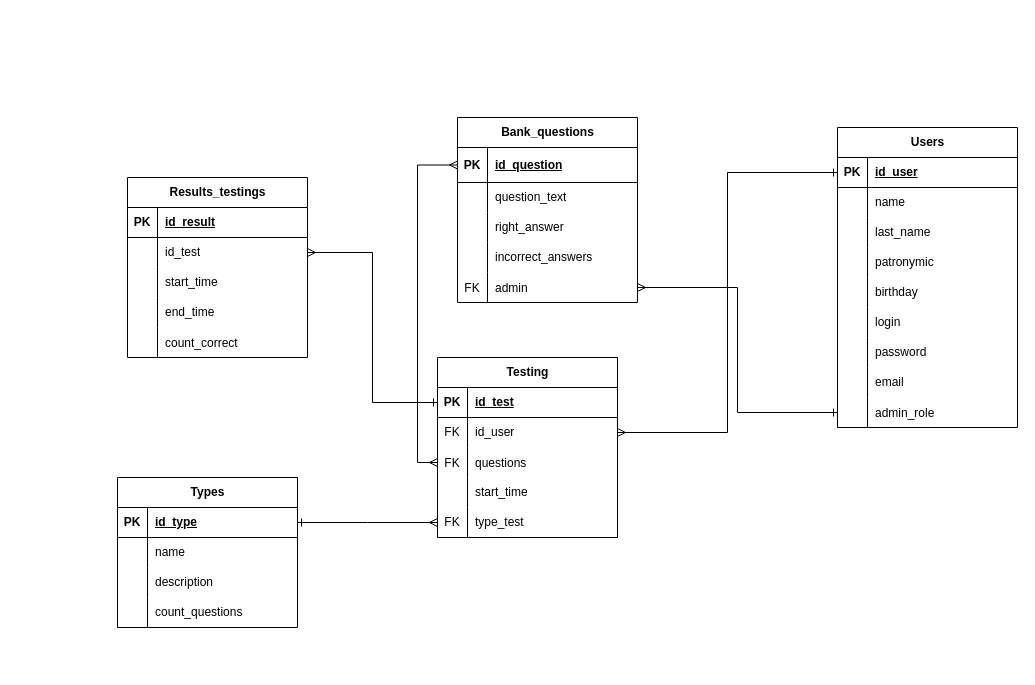
The draw.io diagram документация/ER-диаграмма бд.drawio in rerazin-off/WrongTurn, before the edit. Source tidied: cells renumbered, new cells numbered last; positions are measured from the earlier drawing's top-left corner, leaving out a move shared by most shapes. Both pictures are drawn from the tidied source at 100%, with x=0, y=0 at pixel (117, 117).
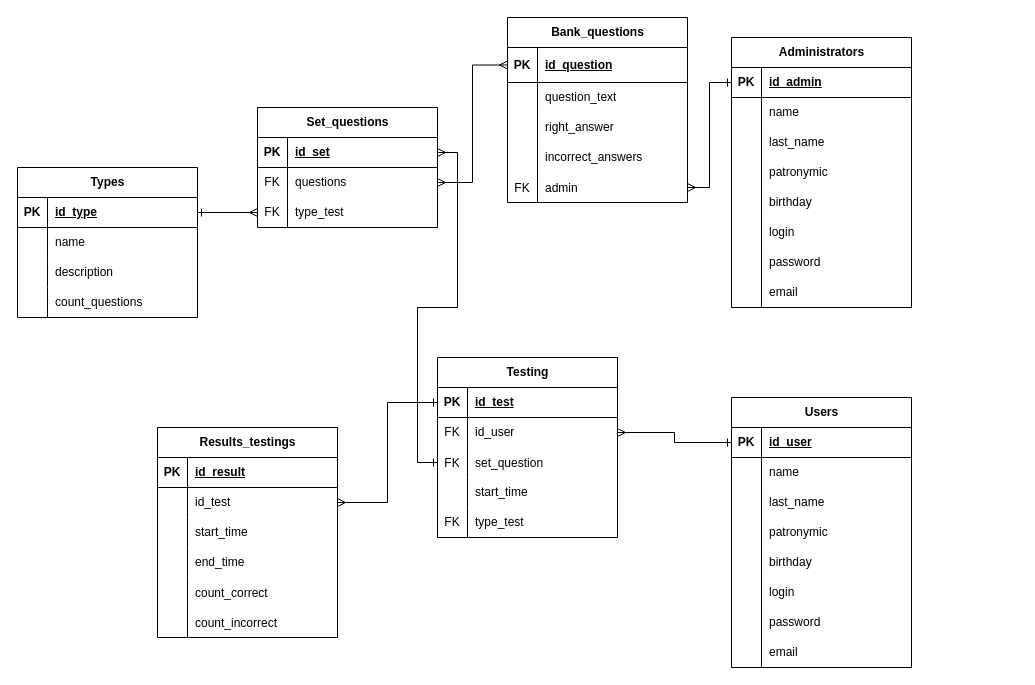
After the change.

The change refers to these unchanged cells:
```xml
<mxCell id="31" style="shape=tableRow;horizontal=0;startSize=0;swimlaneHead=0;swimlaneBody=0;fillColor=none;points=[[0,0.5],[1,0.5]];portConstraint=eastwest;top=0;left=0;right=0;bottom=1;" parent="30" vertex="1">
  <mxGeometry y="30" width="180" height="35" as="geometry" />
</mxCell>
<mxCell id="43" style="shape=tableRow;horizontal=0;startSize=0;swimlaneHead=0;swimlaneBody=0;fillColor=none;points=[[0,0.5],[1,0.5]];portConstraint=eastwest;top=0;left=0;right=0;bottom=0;" parent="30" vertex="1">
  <mxGeometry y="155" width="180" height="30" as="geometry" />
</mxCell>
<mxCell id="47" style="shape=tableRow;horizontal=0;startSize=0;swimlaneHead=0;swimlaneBody=0;fillColor=none;points=[[0,0.5],[1,0.5]];portConstraint=eastwest;top=0;left=0;right=0;bottom=1;" parent="46" vertex="1">
  <mxGeometry y="30" width="180" height="30" as="geometry" />
</mxCell>
<mxCell id="66" style="shape=tableRow;horizontal=0;startSize=0;swimlaneHead=0;swimlaneBody=0;fillColor=none;points=[[0,0.5],[1,0.5]];portConstraint=eastwest;top=0;left=0;right=0;bottom=0;" parent="59" vertex="1">
  <mxGeometry y="90" width="180" height="30" as="geometry" />
</mxCell>
```

Diff of the diagram source:
```diff
@@
     <mxCell id="2" value="Users" style="shape=table;startSize=30;childLayout=tableLayout;rowLines=0;fontStyle=1;align=center;html=1;" parent="1" vertex="1">
-      <mxGeometry x="720" y="10" width="180" height="300" as="geometry" />
+      <mxGeometry x="614" y="280" width="180" height="270" as="geometry" />
     </mxCell>
@@
-    <mxCell id="27" style="shape=tableRow;horizontal=0;startSize=0;swimlaneHead=0;swimlaneBody=0;fillColor=none;points=[[0,0.5],[1,0.5]];portConstraint=eastwest;top=0;left=0;right=0;bottom=0;" parent="2" vertex="1">
-      <mxGeometry y="270" width="180" height="30" as="geometry" />
-    </mxCell>
-    <mxCell id="28" style="shape=partialRectangle;fillColor=none;top=0;left=0;bottom=0;right=0;overflow=hidden;" parent="27" vertex="1">
-      <mxGeometry width="30" height="30" as="geometry" />
-    </mxCell>
-    <mxCell id="29" value="admin_role" style="shape=partialRectangle;fillColor=none;top=0;left=0;bottom=0;right=0;align=left;spacingLeft=6;overflow=hidden;" parent="27" vertex="1">
-      <mxGeometry x="30" width="150" height="30" as="geometry" />
-    </mxCell>
     <mxCell id="30" value="Bank_questions" style="shape=table;startSize=30;childLayout=tableLayout;rowLines=0;fontStyle=1;align=center;html=1;" parent="1" vertex="1">
-      <mxGeometry x="340" width="180" height="185" as="geometry" />
+      <mxGeometry x="390" y="-100" width="180" height="185" as="geometry" />
     </mxCell>
@@
+    <mxCell id="96" value="Administrators" style="shape=table;startSize=30;childLayout=tableLayout;rowLines=0;fontStyle=1;align=center;html=1;" parent="1" vertex="1">
+      <mxGeometry x="614" y="-80" width="180" height="270" as="geometry" />
+    </mxCell>
+    <mxCell id="97" style="shape=tableRow;horizontal=0;startSize=0;swimlaneHead=0;swimlaneBody=0;fillColor=none;points=[[0,0.5],[1,0.5]];portConstraint=eastwest;top=0;left=0;right=0;bottom=1;" parent="96" vertex="1">
+      <mxGeometry y="30" width="180" height="30" as="geometry" />
+    </mxCell>
+    <mxCell id="98" value="PK" style="shape=partialRectangle;fillColor=none;top=0;left=0;bottom=0;right=0;fontStyle=1;overflow=hidden;whiteSpace=wrap;html=1;" parent="97" vertex="1">
+      <mxGeometry width="30" height="30" as="geometry" />
+    </mxCell>
+    <mxCell id="99" value="id_admin" style="shape=partialRectangle;fillColor=none;top=0;left=0;bottom=0;right=0;align=left;spacingLeft=6;fontStyle=5;overflow=hidden;whiteSpace=wrap;html=1;" parent="97" vertex="1">
+      <mxGeometry x="30" width="150" height="30" as="geometry" />
+    </mxCell>
+    <mxCell id="100" style="shape=tableRow;horizontal=0;startSize=0;swimlaneHead=0;swimlaneBody=0;fillColor=none;top=0;left=0;right=0;bottom=0;" parent="96" vertex="1">
+      <mxGeometry y="60" width="180" height="30" as="geometry" />
+    </mxCell>
+    <mxCell id="101" style="shape=partialRectangle;fillColor=none;top=0;left=0;bottom=0;right=0;overflow=hidden;whiteSpace=wrap;html=1;" parent="100" vertex="1">
+      <mxGeometry width="30" height="30" as="geometry" />
+    </mxCell>
+    <mxCell id="102" value="name" style="shape=partialRectangle;fillColor=none;top=0;left=0;bottom=0;right=0;align=left;spacingLeft=6;overflow=hidden;whiteSpace=wrap;html=1;" parent="100" vertex="1">
+      <mxGeometry x="30" width="150" height="30" as="geometry" />
+    </mxCell>
+    <mxCell id="103" style="shape=tableRow;horizontal=0;startSize=0;swimlaneHead=0;swimlaneBody=0;fillColor=none;top=0;left=0;right=0;bottom=0;" parent="96" vertex="1">
+      <mxGeometry y="90" width="180" height="30" as="geometry" />
+    </mxCell>
+    <mxCell id="104" style="shape=partialRectangle;fillColor=none;top=0;left=0;bottom=0;right=0;overflow=hidden;whiteSpace=wrap;html=1;" parent="103" vertex="1">
+      <mxGeometry width="30" height="30" as="geometry" />
+    </mxCell>
+    <mxCell id="105" value="last_name" style="shape=partialRectangle;fillColor=none;top=0;left=0;bottom=0;right=0;align=left;spacingLeft=6;overflow=hidden;whiteSpace=wrap;html=1;" parent="103" vertex="1">
+      <mxGeometry x="30" width="150" height="30" as="geometry" />
+    </mxCell>
+    <mxCell id="106" style="shape=tableRow;horizontal=0;startSize=0;swimlaneHead=0;swimlaneBody=0;fillColor=none;top=0;left=0;right=0;bottom=0;" parent="96" vertex="1">
+      <mxGeometry y="120" width="180" height="30" as="geometry" />
+    </mxCell>
+    <mxCell id="107" style="shape=partialRectangle;fillColor=none;top=0;left=0;bottom=0;right=0;overflow=hidden;whiteSpace=wrap;html=1;" parent="106" vertex="1">
+      <mxGeometry width="30" height="30" as="geometry" />
+    </mxCell>
+    <mxCell id="108" value="patronymic" style="shape=partialRectangle;fillColor=none;top=0;left=0;bottom=0;right=0;align=left;spacingLeft=6;overflow=hidden;whiteSpace=wrap;html=1;" parent="106" vertex="1">
+      <mxGeometry x="30" width="150" height="30" as="geometry" />
+    </mxCell>
+    <mxCell id="109" style="shape=tableRow;horizontal=0;startSize=0;swimlaneHead=0;swimlaneBody=0;fillColor=none;top=0;left=0;right=0;bottom=0;" parent="96" vertex="1">
+      <mxGeometry y="150" width="180" height="30" as="geometry" />
+    </mxCell>
+    <mxCell id="110" style="shape=partialRectangle;fillColor=none;top=0;left=0;bottom=0;right=0;fontStyle=0;overflow=hidden;whiteSpace=wrap;html=1;" parent="109" vertex="1">
+      <mxGeometry width="30" height="30" as="geometry" />
+    </mxCell>
+    <mxCell id="111" value="birthday" style="shape=partialRectangle;fillColor=none;top=0;left=0;bottom=0;right=0;align=left;spacingLeft=6;fontStyle=0;overflow=hidden;whiteSpace=wrap;html=1;" parent="109" vertex="1">
+      <mxGeometry x="30" width="150" height="30" as="geometry" />
+    </mxCell>
+    <mxCell id="112" style="shape=tableRow;horizontal=0;startSize=0;swimlaneHead=0;swimlaneBody=0;fillColor=none;top=0;left=0;right=0;bottom=0;" parent="96" vertex="1">
+      <mxGeometry y="180" width="180" height="30" as="geometry" />
+    </mxCell>
+    <mxCell id="113" style="shape=partialRectangle;fillColor=none;top=0;left=0;bottom=0;right=0;fontStyle=0;overflow=hidden;whiteSpace=wrap;html=1;" parent="112" vertex="1">
+      <mxGeometry width="30" height="30" as="geometry" />
+    </mxCell>
+    <mxCell id="114" value="login" style="shape=partialRectangle;fillColor=none;top=0;left=0;bottom=0;right=0;align=left;spacingLeft=6;fontStyle=0;overflow=hidden;whiteSpace=wrap;html=1;" parent="112" vertex="1">
+      <mxGeometry x="30" width="150" height="30" as="geometry" />
+    </mxCell>
+    <mxCell id="115" style="shape=tableRow;horizontal=0;startSize=0;swimlaneHead=0;swimlaneBody=0;fillColor=none;top=0;left=0;right=0;bottom=0;" parent="96" vertex="1">
+      <mxGeometry y="210" width="180" height="30" as="geometry" />
+    </mxCell>
+    <mxCell id="116" style="shape=partialRectangle;fillColor=none;top=0;left=0;bottom=0;right=0;fontStyle=0;overflow=hidden;whiteSpace=wrap;html=1;" parent="115" vertex="1">
+      <mxGeometry width="30" height="30" as="geometry" />
+    </mxCell>
+    <mxCell id="117" value="password" style="shape=partialRectangle;fillColor=none;top=0;left=0;bottom=0;right=0;align=left;spacingLeft=6;fontStyle=0;overflow=hidden;whiteSpace=wrap;html=1;" parent="115" vertex="1">
+      <mxGeometry x="30" width="150" height="30" as="geometry" />
+    </mxCell>
+    <mxCell id="118" style="shape=tableRow;horizontal=0;startSize=0;swimlaneHead=0;swimlaneBody=0;fillColor=none;top=0;left=0;right=0;bottom=0;" parent="96" vertex="1">
+      <mxGeometry y="240" width="180" height="30" as="geometry" />
+    </mxCell>
+    <mxCell id="119" style="shape=partialRectangle;fillColor=none;top=0;left=0;bottom=0;right=0;fontStyle=0;overflow=hidden;whiteSpace=wrap;html=1;" parent="118" vertex="1">
+      <mxGeometry width="30" height="30" as="geometry" />
+    </mxCell>
+    <mxCell id="120" value="email" style="shape=partialRectangle;fillColor=none;top=0;left=0;bottom=0;right=0;align=left;spacingLeft=6;fontStyle=0;overflow=hidden;whiteSpace=wrap;html=1;" parent="118" vertex="1">
+      <mxGeometry x="30" width="150" height="30" as="geometry" />
+    </mxCell>
     <mxCell id="46" value="Types" style="shape=table;startSize=30;childLayout=tableLayout;rowLines=0;fontStyle=1;align=center;html=1;" parent="1" vertex="1">
-      <mxGeometry y="360" width="180" height="150" as="geometry" />
+      <mxGeometry x="-100" y="50" width="180" height="150" as="geometry" />
     </mxCell>
@@
-    <mxCell id="68" value="questions" style="shape=partialRectangle;fillColor=none;top=0;left=0;bottom=0;right=0;align=left;spacingLeft=6;overflow=hidden;" parent="66" vertex="1">
+    <mxCell id="68" value="set_question" style="shape=partialRectangle;fillColor=none;top=0;left=0;bottom=0;right=0;align=left;spacingLeft=6;overflow=hidden;" parent="66" vertex="1">
       <mxGeometry x="30" width="150" height="30" as="geometry" />
     </mxCell>
@@
+    <mxCell id="121" value="Set_questions" style="shape=table;startSize=30;childLayout=tableLayout;rowLines=0;fontStyle=1;align=center;html=1;" parent="1" vertex="1">
+      <mxGeometry x="140" y="-10" width="180" height="120" as="geometry" />
+    </mxCell>
+    <mxCell id="122" style="shape=tableRow;horizontal=0;startSize=0;swimlaneHead=0;swimlaneBody=0;fillColor=none;points=[[0,0.5],[1,0.5]];portConstraint=eastwest;top=0;left=0;right=0;bottom=1;" parent="121" vertex="1">
+      <mxGeometry y="30" width="180" height="30" as="geometry" />
+    </mxCell>
+    <mxCell id="123" value="PK" style="shape=partialRectangle;fillColor=none;top=0;left=0;bottom=0;right=0;fontStyle=1;overflow=hidden;whiteSpace=wrap;html=1;" parent="122" vertex="1">
+      <mxGeometry width="30" height="30" as="geometry" />
+    </mxCell>
+    <mxCell id="124" value="id_set" style="shape=partialRectangle;fillColor=none;top=0;left=0;bottom=0;right=0;align=left;spacingLeft=6;fontStyle=5;overflow=hidden;whiteSpace=wrap;html=1;" parent="122" vertex="1">
+      <mxGeometry x="30" width="150" height="30" as="geometry" />
+    </mxCell>
+    <mxCell id="125" style="shape=tableRow;horizontal=0;startSize=0;swimlaneHead=0;swimlaneBody=0;fillColor=none;points=[[0,0.5],[1,0.5]];portConstraint=eastwest;top=0;left=0;right=0;bottom=0;" parent="121" vertex="1">
+      <mxGeometry y="60" width="180" height="30" as="geometry" />
+    </mxCell>
+    <mxCell id="126" value="FK" style="shape=partialRectangle;fillColor=none;top=0;left=0;bottom=0;right=0;overflow=hidden;whiteSpace=wrap;html=1;" parent="125" vertex="1">
+      <mxGeometry width="30" height="30" as="geometry" />
+    </mxCell>
+    <mxCell id="127" value="questions" style="shape=partialRectangle;fillColor=none;top=0;left=0;bottom=0;right=0;align=left;spacingLeft=6;overflow=hidden;whiteSpace=wrap;html=1;" parent="125" vertex="1">
+      <mxGeometry x="30" width="150" height="30" as="geometry" />
+    </mxCell>
+    <mxCell id="128" style="shape=tableRow;horizontal=0;startSize=0;swimlaneHead=0;swimlaneBody=0;fillColor=none;points=[[0,0.5],[1,0.5]];portConstraint=eastwest;top=0;left=0;right=0;bottom=0;" parent="121" vertex="1">
+      <mxGeometry y="90" width="180" height="30" as="geometry" />
+    </mxCell>
+    <mxCell id="129" value="FK" style="shape=partialRectangle;fillColor=none;top=0;left=0;bottom=0;right=0;overflow=hidden;whiteSpace=wrap;html=1;" parent="128" vertex="1">
+      <mxGeometry width="30" height="30" as="geometry" />
+    </mxCell>
+    <mxCell id="130" value="type_test" style="shape=partialRectangle;fillColor=none;top=0;left=0;bottom=0;right=0;align=left;spacingLeft=6;overflow=hidden;whiteSpace=wrap;html=1;" parent="128" vertex="1">
+      <mxGeometry x="30" width="150" height="30" as="geometry" />
+    </mxCell>
-    <mxCell id="75" style="edgeStyle=orthogonalEdgeStyle;rounded=0;jettySize=auto;html=1;startArrow=ERone;startFill=0;endArrow=ERmany;endFill=0;entryX=0;entryY=0.5;entryDx=0;entryDy=0;" parent="1" edge="1" source="47">
-      <mxGeometry relative="1" as="geometry">
-        <mxPoint x="320" y="405" as="targetPoint" />
-      </mxGeometry>
+    <mxCell id="75" style="edgeStyle=orthogonalEdgeStyle;rounded=0;jettySize=auto;html=1;entryX=0;entryY=0.5;entryDx=0;entryDy=0;startArrow=ERone;startFill=0;endArrow=ERmany;endFill=0;" parent="1" edge="1" source="47" target="128">
+      <mxGeometry relative="1" as="geometry" />
     </mxCell>
+    <mxCell id="131" style="edgeStyle=orthogonalEdgeStyle;rounded=0;jettySize=auto;html=1;entryX=1;entryY=0.5;entryDx=0;entryDy=0;endArrow=ERmany;endFill=0;startArrow=ERmany;startFill=0;" parent="1" edge="1" source="31" target="125">
+      <mxGeometry relative="1" as="geometry" />
+    </mxCell>
-    <mxCell id="76" style="edgeStyle=orthogonalEdgeStyle;rounded=0;jettySize=auto;html=1;entryX=0;entryY=0.5;entryDx=0;entryDy=0;startArrow=ERmany;startFill=0;endArrow=ERmany;endFill=0;exitX=0;exitY=0.5;exitDx=0;exitDy=0;" parent="1" edge="1" source="31" target="66">
+    <mxCell id="76" style="edgeStyle=orthogonalEdgeStyle;rounded=0;jettySize=auto;html=1;entryX=0;entryY=0.5;entryDx=0;entryDy=0;startArrow=ERmany;startFill=0;endArrow=ERone;endFill=0;" parent="1" edge="1" source="122" target="66">
       <mxGeometry relative="1" as="geometry" />
     </mxCell>
@@
-    <mxCell id="78" style="edgeStyle=orthogonalEdgeStyle;rounded=0;jettySize=auto;html=1;entryX=1;entryY=0.5;entryDx=0;entryDy=0;endArrow=ERmany;endFill=0;startArrow=ERone;startFill=0;exitX=0;exitY=0.5;exitDx=0;exitDy=0;" parent="1" edge="1" source="27" target="43">
+    <mxCell id="78" style="edgeStyle=orthogonalEdgeStyle;rounded=0;jettySize=auto;html=1;entryX=1;entryY=0.5;entryDx=0;entryDy=0;endArrow=ERmany;endFill=0;startArrow=ERone;startFill=0;" parent="1" edge="1" source="97" target="43">
       <mxGeometry relative="1" as="geometry" />
     </mxCell>
     <mxCell id="79" value="Results_testings" style="shape=table;startSize=30;childLayout=tableLayout;rowLines=0;fontStyle=1;align=center;html=1;" parent="1" vertex="1">
-      <mxGeometry x="10" y="60" width="180" height="180" as="geometry" />
+      <mxGeometry x="40" y="310" width="180" height="210" as="geometry" />
     </mxCell>
@@
+    <mxCell id="132" style="shape=tableRow;horizontal=0;startSize=0;swimlaneHead=0;swimlaneBody=0;fillColor=none;top=0;left=0;right=0;bottom=0;" parent="79" vertex="1">
+      <mxGeometry y="180" width="180" height="30" as="geometry" />
+    </mxCell>
+    <mxCell id="28" style="shape=partialRectangle;fillColor=none;top=0;left=0;bottom=0;right=0;overflow=hidden;" parent="132" vertex="1">
+      <mxGeometry width="30" height="30" as="geometry" />
+    </mxCell>
+    <mxCell id="133" value="count_incorrect" style="shape=partialRectangle;fillColor=none;top=0;left=0;bottom=0;right=0;align=left;spacingLeft=6;overflow=hidden;" parent="132" vertex="1">
+      <mxGeometry x="30" width="150" height="30" as="geometry" />
+    </mxCell>
```
